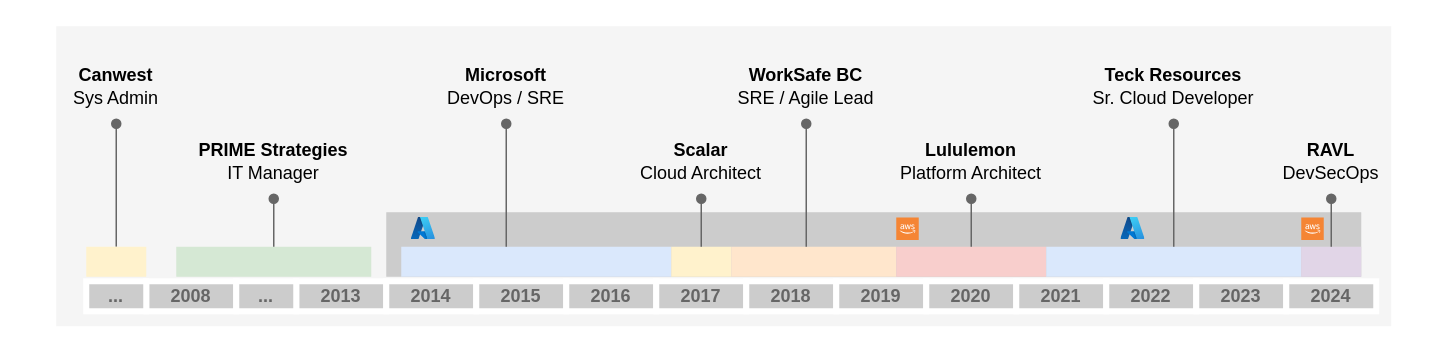
Earlier version of the draw.io diagram Untitled Diagram.drawio (ateterine/personal). Source tidied: cells renumbered, new cells numbered last; positions are measured from the earlier drawing's top-left corner, leaving out a move shared by most shapes. Both pictures are drawn from the tidied source at 150%, with x=0, y=0 at pixel (26, 26).
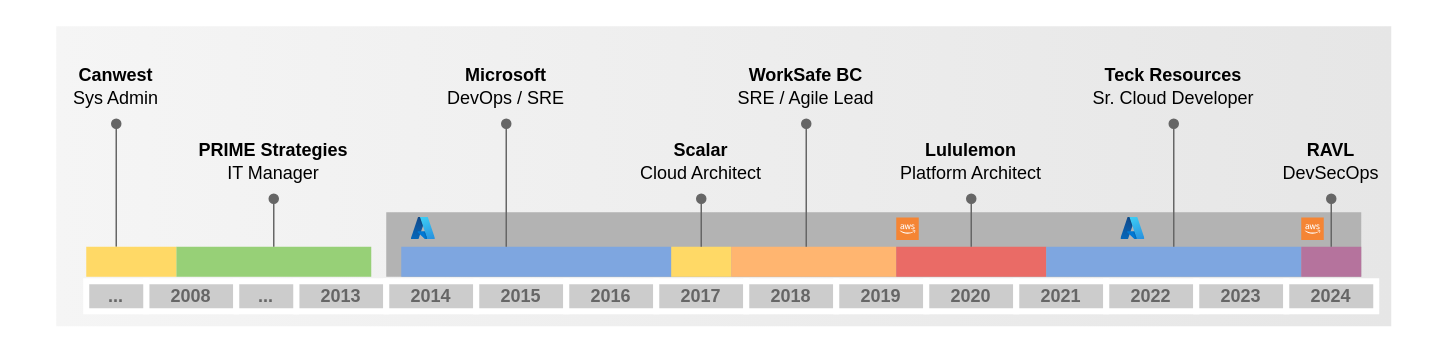
Above is the later version.

What changed in the source:
```diff
@@
-    <mxCell id="2" style="rounded=0;whiteSpace=wrap;html=1;fillColor=#f5f5f5;fontColor=#333333;strokeColor=none;" parent="1" vertex="1">
+    <mxCell id="2" style="rounded=0;whiteSpace=wrap;html=1;fillColor=#f5f5f5;fontColor=#333333;strokeColor=none;gradientColor=#E6E6E6;gradientDirection=east;" parent="1" vertex="1">
       <mxGeometry x="20" width="890" height="200" as="geometry" />
     </mxCell>
-    <mxCell id="3" style="rounded=0;whiteSpace=wrap;html=1;fontStyle=1;fillColor=#CCCCCC;strokeColor=none;strokeWidth=4;fontColor=#333333;" parent="1" vertex="1">
+    <mxCell id="3" style="rounded=0;whiteSpace=wrap;html=1;fontStyle=1;fillColor=#B3B3B3;strokeColor=none;strokeWidth=4;fontColor=#333333;" parent="1" vertex="1">
       <mxGeometry x="240" y="124" width="650" height="43" as="geometry" />
     </mxCell>
@@
-    <mxCell id="18" style="rounded=0;whiteSpace=wrap;html=1;fontStyle=1;fillColor=#d5e8d4;strokeColor=none;strokeWidth=4;" parent="1" vertex="1">
+    <mxCell id="18" style="rounded=0;whiteSpace=wrap;html=1;fontStyle=1;fillColor=#97D077;strokeColor=none;strokeWidth=4;" parent="1" vertex="1">
       <mxGeometry x="100" y="147" width="130" height="20" as="geometry" />
     </mxCell>
-    <mxCell id="19" style="rounded=0;whiteSpace=wrap;html=1;fontStyle=1;fillColor=#dae8fc;strokeColor=none;strokeWidth=4;" parent="1" vertex="1">
+    <mxCell id="19" style="rounded=0;whiteSpace=wrap;html=1;fontStyle=1;fillColor=#7EA6E0;strokeColor=none;strokeWidth=4;" parent="1" vertex="1">
       <mxGeometry x="250" y="147" width="180" height="20" as="geometry" />
     </mxCell>
-    <mxCell id="20" style="rounded=0;whiteSpace=wrap;html=1;fontStyle=1;fillColor=#fff2cc;strokeColor=none;strokeWidth=4;" parent="1" vertex="1">
+    <mxCell id="20" style="rounded=0;whiteSpace=wrap;html=1;fontStyle=1;fillColor=#FFD966;strokeColor=none;strokeWidth=4;" parent="1" vertex="1">
       <mxGeometry x="430" y="147" width="40" height="20" as="geometry" />
     </mxCell>
-    <mxCell id="21" style="rounded=0;whiteSpace=wrap;html=1;fontStyle=1;fillColor=#ffe6cc;strokeColor=none;strokeWidth=4;" parent="1" vertex="1">
+    <mxCell id="21" style="rounded=0;whiteSpace=wrap;html=1;fontStyle=1;fillColor=#FFB570;strokeColor=none;strokeWidth=4;" parent="1" vertex="1">
       <mxGeometry x="470" y="147" width="110" height="20" as="geometry" />
     </mxCell>
-    <mxCell id="22" style="rounded=0;whiteSpace=wrap;html=1;fontStyle=1;fillColor=#f8cecc;strokeColor=none;strokeWidth=4;" parent="1" vertex="1">
+    <mxCell id="22" style="rounded=0;whiteSpace=wrap;html=1;fontStyle=1;fillColor=#EA6B66;strokeColor=none;strokeWidth=4;" parent="1" vertex="1">
       <mxGeometry x="580" y="147" width="100" height="20" as="geometry" />
     </mxCell>
-    <mxCell id="23" style="rounded=0;whiteSpace=wrap;html=1;fontStyle=1;fillColor=#dae8fc;strokeColor=none;strokeWidth=4;" parent="1" vertex="1">
+    <mxCell id="23" style="rounded=0;whiteSpace=wrap;html=1;fontStyle=1;fillColor=#7EA6E0;strokeColor=none;strokeWidth=4;" parent="1" vertex="1">
       <mxGeometry x="680" y="147" width="170" height="20" as="geometry" />
     </mxCell>
-    <mxCell id="24" style="rounded=0;whiteSpace=wrap;html=1;fontStyle=1;fillColor=#e1d5e7;strokeColor=none;strokeWidth=4;" parent="1" vertex="1">
+    <mxCell id="24" style="rounded=0;whiteSpace=wrap;html=1;fontStyle=1;fillColor=#B5739D;strokeColor=none;strokeWidth=4;" parent="1" vertex="1">
       <mxGeometry x="850" y="147" width="40" height="20" as="geometry" />
     </mxCell>
@@
-    <mxCell id="33" style="rounded=0;whiteSpace=wrap;html=1;fontStyle=1;strokeWidth=4;strokeColor=none;fillColor=#fff2cc;" parent="1" vertex="1">
-      <mxGeometry x="40" y="147" width="40" height="20" as="geometry" />
+    <mxCell id="33" style="rounded=0;whiteSpace=wrap;html=1;fontStyle=1;strokeWidth=4;strokeColor=none;fillColor=#FFD966;" parent="1" vertex="1">
+      <mxGeometry x="40" y="147" width="60" height="20" as="geometry" />
     </mxCell>
```
